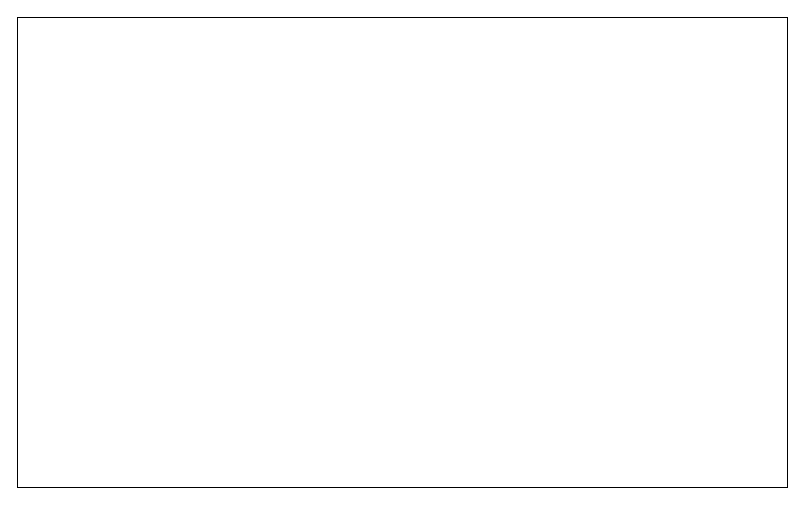
The draw.io diagram ihc.drawio in Acens/Site-Acens2014, before the edit. Source tidied: cells renumbered, new cells numbered last; positions are measured from the earlier drawing's top-left corner, leaving out a move shared by most shapes. Both pictures are drawn from the tidied source at 100%, with x=0, y=0 at pixel (17, 17).
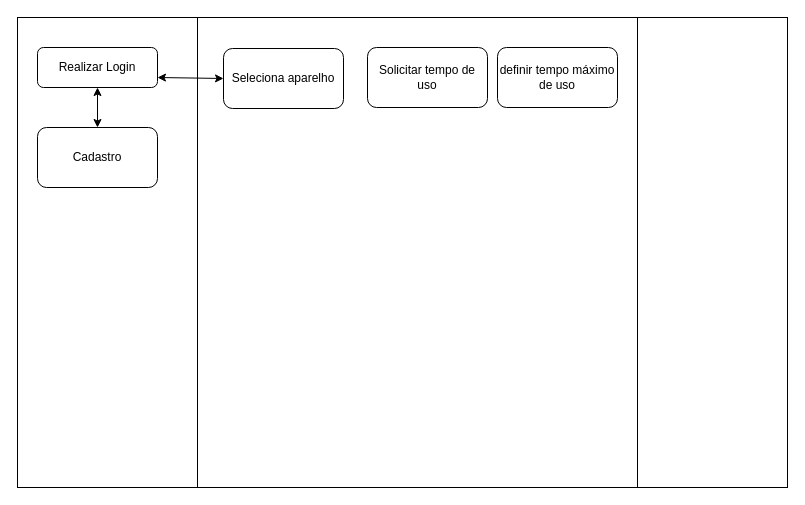
The same page after the edit.

What changed in the source:
```diff
@@
 <mxGraphModel>
   <root>
     <mxCell id="0" />
     <mxCell id="1" parent="0" />
     <mxCell id="2" style="rounded=0;whiteSpace=wrap;html=1;" parent="1" vertex="1">
       <mxGeometry width="770" height="470" as="geometry" />
     </mxCell>
+    <mxCell id="3" style="rounded=0;whiteSpace=wrap;html=1;" parent="1" vertex="1">
+      <mxGeometry width="180" height="470" as="geometry" />
+    </mxCell>
+    <mxCell id="4" style="rounded=0;whiteSpace=wrap;html=1;" parent="1" vertex="1">
+      <mxGeometry x="620" width="150" height="470" as="geometry" />
+    </mxCell>
+    <mxCell id="5" value="Realizar Login" style="rounded=1;whiteSpace=wrap;html=1;" parent="1" vertex="1">
+      <mxGeometry x="20" y="30" width="120" height="40" as="geometry" />
+    </mxCell>
+    <mxCell id="6" value="Cadastro" style="rounded=1;whiteSpace=wrap;html=1;" parent="1" vertex="1">
+      <mxGeometry x="20" y="110" width="120" height="60" as="geometry" />
+    </mxCell>
+    <mxCell id="7" style="endArrow=classic;startArrow=classic;html=1;entryX=0.5;entryY=1;entryDx=0;entryDy=0;exitX=0.5;exitY=0;exitDx=0;exitDy=0;" parent="1" edge="1" source="6" target="5">
+      <mxGeometry relative="1" as="geometry" />
+    </mxCell>
+    <mxCell id="8" value="Seleciona aparelho" style="rounded=1;whiteSpace=wrap;html=1;" parent="1" vertex="1">
+      <mxGeometry x="206" y="31" width="120" height="60" as="geometry" />
+    </mxCell>
+    <mxCell id="9" style="endArrow=classic;startArrow=classic;html=1;entryX=0;entryY=0.5;entryDx=0;entryDy=0;exitX=1;exitY=0.75;exitDx=0;exitDy=0;" parent="1" edge="1" source="5" target="8">
+      <mxGeometry relative="1" as="geometry" />
+    </mxCell>
+    <mxCell id="10" value="Solicitar tempo de uso" style="rounded=1;whiteSpace=wrap;html=1;" parent="1" vertex="1">
+      <mxGeometry x="350" y="30" width="120" height="60" as="geometry" />
+    </mxCell>
+    <mxCell id="11" value="definir tempo máximo de uso" style="rounded=1;whiteSpace=wrap;html=1;" parent="1" vertex="1">
+      <mxGeometry x="480" y="30" width="120" height="60" as="geometry" />
+    </mxCell>
   </root>
 </mxGraphModel>
```
